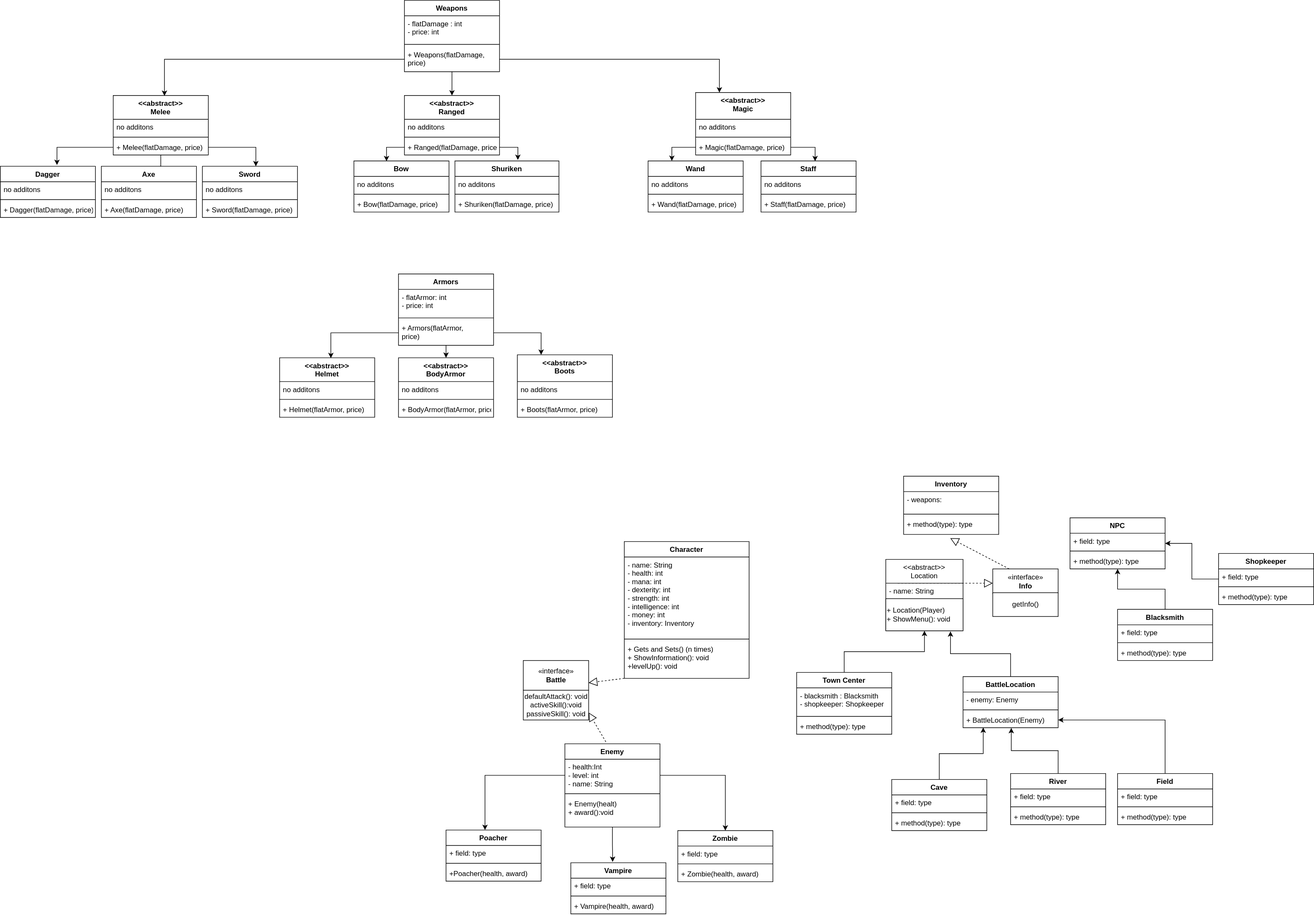
Before: OOPrinciplesAG.drawio.svg, a diagram exported from draw.io (umutaan50/OOPrinciplesProjectAG). Source tidied: cells renumbered, new cells last; positions are measured from the earlier drawing's top-left corner, leaving out a move shared by most shapes.
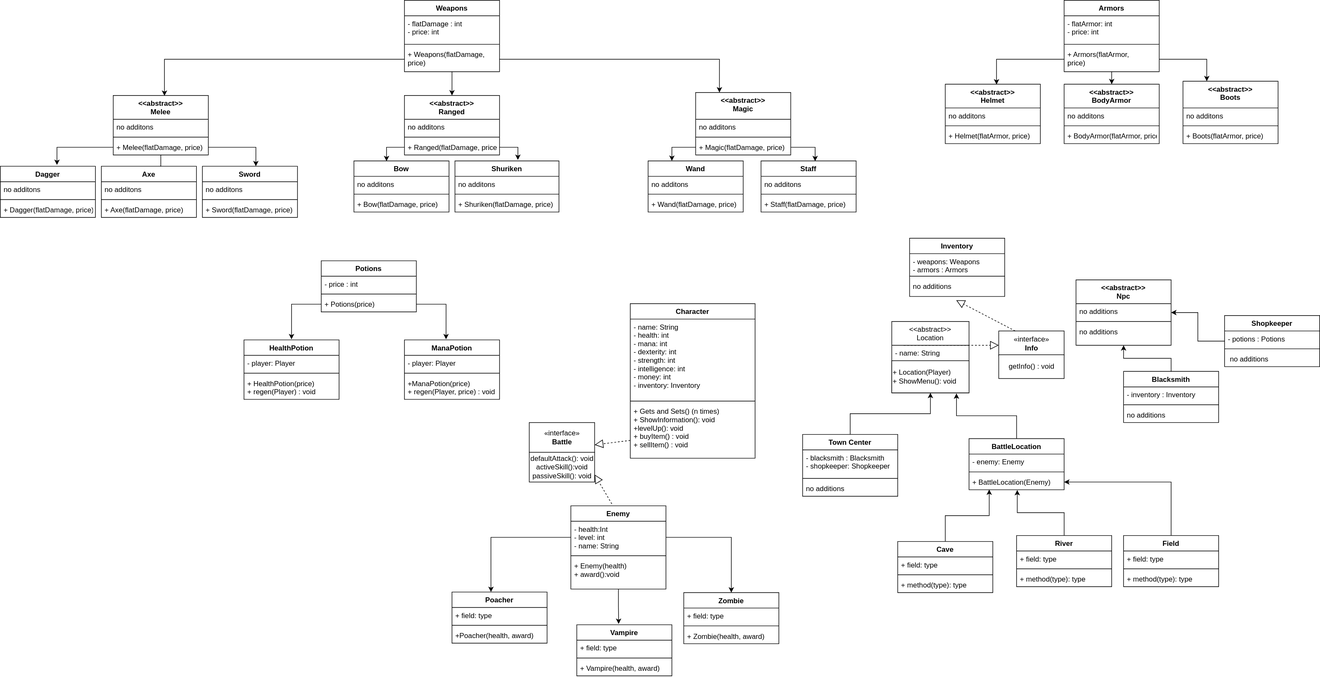
After the change.

Diff of the diagram source:
```diff
@@ -5,3 +5,3 @@
     <mxCell id="2" value="Character" style="swimlane;fontStyle=1;align=center;verticalAlign=top;horizontal=1;startSize=26;" parent="1" vertex="1">
-      <mxGeometry x="1050" y="910" width="210" height="230" as="geometry" />
+      <mxGeometry x="1050" y="910" width="210" height="260" as="geometry" />
     </mxCell>
@@ -13,4 +13,4 @@
     </mxCell>
-    <mxCell id="5" value="+ Gets and Sets() (n times)&#10;+ ShowInformation(): void&#10;+levelUp(): void" style="text;strokeColor=none;fillColor=none;align=left;verticalAlign=top;spacingLeft=4;spacingRight=4;overflow=hidden;" parent="2" vertex="1">
-      <mxGeometry y="168" width="210" height="62" as="geometry" />
+    <mxCell id="5" value="+ Gets and Sets() (n times)&#10;+ ShowInformation(): void&#10;+levelUp(): void&#10;+ buyItem() : void&#10;+ sellItem() : void&#10;" style="text;strokeColor=none;fillColor=none;align=left;verticalAlign=top;spacingLeft=4;spacingRight=4;overflow=hidden;" parent="2" vertex="1">
+      <mxGeometry y="168" width="210" height="92" as="geometry" />
     </mxCell>
@@ -37,16 +37,16 @@
     </mxCell>
-    <mxCell id="13" value="+ method(type): type" style="text;strokeColor=none;fillColor=none;align=left;verticalAlign=top;spacingLeft=4;spacingRight=4;overflow=hidden;" parent="10" vertex="1">
+    <mxCell id="13" value="no additions" style="text;strokeColor=none;fillColor=none;align=left;verticalAlign=top;spacingLeft=4;spacingRight=4;overflow=hidden;" parent="10" vertex="1">
       <mxGeometry y="78" width="160" height="26" as="geometry" />
     </mxCell>
-    <mxCell id="14" value="NPC" style="swimlane;fontStyle=1;align=center;verticalAlign=top;horizontal=1;startSize=26;" parent="1" vertex="1">
-      <mxGeometry x="1800" y="870" width="160" height="86" as="geometry" />
+    <mxCell id="14" value="&lt;&lt;abstract&gt;&gt;&#10;Npc" style="swimlane;fontStyle=1;align=center;verticalAlign=top;horizontal=1;startSize=40;" parent="1" vertex="1">
+      <mxGeometry x="1800" y="870" width="160" height="110" as="geometry" />
     </mxCell>
-    <mxCell id="15" value="+ field: type" style="text;strokeColor=none;fillColor=none;align=left;verticalAlign=top;spacingLeft=4;spacingRight=4;overflow=hidden;" parent="14" vertex="1">
-      <mxGeometry y="26" width="160" height="26" as="geometry" />
+    <mxCell id="15" value="no additions" style="text;strokeColor=none;fillColor=none;align=left;verticalAlign=top;spacingLeft=4;spacingRight=4;overflow=hidden;" parent="14" vertex="1">
+      <mxGeometry y="40" width="160" height="26" as="geometry" />
     </mxCell>
     <mxCell id="16" style="line;strokeWidth=1;fillColor=none;align=left;verticalAlign=middle;spacingTop=-1;spacingLeft=3;spacingRight=3;labelPosition=right;" parent="14" vertex="1">
-      <mxGeometry y="52" width="160" height="8" as="geometry" />
+      <mxGeometry y="66" width="160" height="8" as="geometry" />
     </mxCell>
-    <mxCell id="17" value="+ method(type): type" style="text;strokeColor=none;fillColor=none;align=left;verticalAlign=top;spacingLeft=4;spacingRight=4;overflow=hidden;" parent="14" vertex="1">
-      <mxGeometry y="60" width="160" height="26" as="geometry" />
+    <mxCell id="17" value="no additions" style="text;strokeColor=none;fillColor=none;align=left;verticalAlign=top;spacingLeft=4;spacingRight=4;overflow=hidden;" parent="14" vertex="1">
+      <mxGeometry y="74" width="160" height="36" as="geometry" />
     </mxCell>
@@ -58,3 +58,3 @@
     </mxCell>
-    <mxCell id="20" value="+ field: type" style="text;strokeColor=none;fillColor=none;align=left;verticalAlign=top;spacingLeft=4;spacingRight=4;overflow=hidden;" parent="19" vertex="1">
+    <mxCell id="20" value="- inventory : Inventory" style="text;strokeColor=none;fillColor=none;align=left;verticalAlign=top;spacingLeft=4;spacingRight=4;overflow=hidden;" parent="19" vertex="1">
       <mxGeometry y="26" width="160" height="26" as="geometry" />
@@ -64,3 +64,3 @@
     </mxCell>
-    <mxCell id="22" value="+ method(type): type" style="text;strokeColor=none;fillColor=none;align=left;verticalAlign=top;spacingLeft=4;spacingRight=4;overflow=hidden;" parent="19" vertex="1">
+    <mxCell id="22" value="no additions" style="text;strokeColor=none;fillColor=none;align=left;verticalAlign=top;spacingLeft=4;spacingRight=4;overflow=hidden;" parent="19" vertex="1">
       <mxGeometry y="60" width="160" height="26" as="geometry" />
@@ -73,3 +73,3 @@
     </mxCell>
-    <mxCell id="25" value="+ field: type" style="text;strokeColor=none;fillColor=none;align=left;verticalAlign=top;spacingLeft=4;spacingRight=4;overflow=hidden;" parent="24" vertex="1">
+    <mxCell id="25" value="- potions : Potions" style="text;strokeColor=none;fillColor=none;align=left;verticalAlign=top;spacingLeft=4;spacingRight=4;overflow=hidden;" parent="24" vertex="1">
       <mxGeometry y="26" width="160" height="26" as="geometry" />
@@ -79,3 +79,3 @@
     </mxCell>
-    <mxCell id="27" value="+ method(type): type" style="text;strokeColor=none;fillColor=none;align=left;verticalAlign=top;spacingLeft=4;spacingRight=4;overflow=hidden;" parent="24" vertex="1">
+    <mxCell id="27" value=" no additions" style="text;strokeColor=none;fillColor=none;align=left;verticalAlign=top;spacingLeft=4;spacingRight=4;overflow=hidden;" parent="24" vertex="1">
       <mxGeometry y="60" width="160" height="26" as="geometry" />
@@ -100,3 +100,3 @@
     </mxCell>
-    <mxCell id="34" value="getInfo()" style="html=1;" parent="1" vertex="1">
+    <mxCell id="34" value="getInfo() : void" style="html=1;" parent="1" vertex="1">
       <mxGeometry x="1670" y="996" width="110" height="40" as="geometry" />
@@ -160,3 +160,3 @@
     </mxCell>
-    <mxCell id="54" value="+ Enemy(healt)&#10;+ award():void" style="text;strokeColor=none;fillColor=none;align=left;verticalAlign=top;spacingLeft=4;spacingRight=4;overflow=hidden;" parent="51" vertex="1">
+    <mxCell id="54" value="+ Enemy(health)&#10;+ award():void" style="text;strokeColor=none;fillColor=none;align=left;verticalAlign=top;spacingLeft=4;spacingRight=4;overflow=hidden;" parent="51" vertex="1">
       <mxGeometry y="88" width="160" height="52" as="geometry" />
@@ -232,3 +232,3 @@
     </mxCell>
-    <mxCell id="75" value="- weapons: " style="text;strokeColor=none;fillColor=none;align=left;verticalAlign=top;spacingLeft=4;spacingRight=4;overflow=hidden;" parent="74" vertex="1">
+    <mxCell id="75" value="- weapons: Weapons&#10;- armors : Armors" style="text;strokeColor=none;fillColor=none;align=left;verticalAlign=top;spacingLeft=4;spacingRight=4;overflow=hidden;" parent="74" vertex="1">
       <mxGeometry y="26" width="160" height="34" as="geometry" />
@@ -238,3 +238,3 @@
     </mxCell>
-    <mxCell id="77" value="+ method(type): type" style="text;strokeColor=none;fillColor=none;align=left;verticalAlign=top;spacingLeft=4;spacingRight=4;overflow=hidden;points=[[0,0.5],[1,0.5]];portConstraint=eastwest;" parent="74" vertex="1">
+    <mxCell id="77" value="no additions" style="text;strokeColor=none;fillColor=none;align=left;verticalAlign=top;spacingLeft=4;spacingRight=4;overflow=hidden;points=[[0,0.5],[1,0.5]];portConstraint=eastwest;" parent="74" vertex="1">
       <mxGeometry y="68" width="160" height="30" as="geometry" />
@@ -248,3 +248,3 @@
     <mxCell id="80" value="Weapons" style="swimlane;fontStyle=1;align=center;verticalAlign=top;horizontal=1;startSize=26;" parent="1" vertex="1">
-      <mxGeometry x="680" width="160" height="120" as="geometry" />
+      <mxGeometry x="670" y="400" width="160" height="120" as="geometry" />
     </mxCell>
@@ -264,3 +264,3 @@
       <mxGeometry relative="1" as="geometry">
-        <mxPoint x="430" y="279" as="targetPoint" />
+        <mxPoint x="420" y="679" as="targetPoint" />
       </mxGeometry>
@@ -268,3 +268,3 @@
     <mxCell id="86" value="&lt;&lt;abstract&gt;&gt;&#10;Melee" style="swimlane;fontStyle=1;align=center;verticalAlign=top;horizontal=1;startSize=40;" parent="1" vertex="1">
-      <mxGeometry x="190" y="160" width="160" height="100" as="geometry" />
+      <mxGeometry x="180" y="560" width="160" height="100" as="geometry" />
     </mxCell>
@@ -280,3 +280,3 @@
     <mxCell id="90" value="&lt;&lt;abstract&gt;&gt;&#10;Ranged" style="swimlane;fontStyle=1;align=center;verticalAlign=top;horizontal=1;startSize=40;" parent="1" vertex="1">
-      <mxGeometry x="680" y="160" width="160" height="100" as="geometry" />
+      <mxGeometry x="670" y="560" width="160" height="100" as="geometry" />
     </mxCell>
@@ -292,3 +292,3 @@
     <mxCell id="94" value="&lt;&lt;abstract&gt;&gt;&#10;Magic" style="swimlane;fontStyle=1;align=center;verticalAlign=top;horizontal=1;startSize=45;" parent="1" vertex="1">
-      <mxGeometry x="1170" y="155" width="160" height="105" as="geometry" />
+      <mxGeometry x="1160" y="555" width="160" height="105" as="geometry" />
     </mxCell>
@@ -307,3 +307,3 @@
     <mxCell id="99" value="Dagger" style="swimlane;fontStyle=1;align=center;verticalAlign=top;horizontal=1;startSize=26;" parent="1" vertex="1">
-      <mxGeometry y="279" width="160" height="86" as="geometry" />
+      <mxGeometry x="-10" y="679" width="160" height="86" as="geometry" />
     </mxCell>
@@ -319,3 +319,3 @@
     <mxCell id="103" value="Axe" style="swimlane;fontStyle=1;align=center;verticalAlign=top;horizontal=1;startSize=26;" parent="1" vertex="1">
-      <mxGeometry x="170" y="279" width="160" height="86" as="geometry" />
+      <mxGeometry x="160" y="679" width="160" height="86" as="geometry" />
     </mxCell>
@@ -331,3 +331,3 @@
     <mxCell id="107" value="Bow" style="swimlane;fontStyle=1;align=center;verticalAlign=top;horizontal=1;startSize=26;" parent="1" vertex="1">
-      <mxGeometry x="595" y="270" width="160" height="86" as="geometry" />
+      <mxGeometry x="585" y="670" width="160" height="86" as="geometry" />
     </mxCell>
@@ -346,3 +346,3 @@
     <mxCell id="112" value="Sword" style="swimlane;fontStyle=1;align=center;verticalAlign=top;horizontal=1;startSize=26;" parent="1" vertex="1">
-      <mxGeometry x="340" y="279" width="160" height="86" as="geometry" />
+      <mxGeometry x="330" y="679" width="160" height="86" as="geometry" />
     </mxCell>
@@ -361,3 +361,3 @@
     <mxCell id="117" value="Shuriken" style="swimlane;fontStyle=1;align=center;verticalAlign=top;horizontal=1;startSize=26;" parent="1" vertex="1">
-      <mxGeometry x="765" y="270" width="175" height="86" as="geometry" />
+      <mxGeometry x="755" y="670" width="175" height="86" as="geometry" />
     </mxCell>
@@ -379,3 +379,3 @@
     <mxCell id="123" value="Wand" style="swimlane;fontStyle=1;align=center;verticalAlign=top;horizontal=1;startSize=26;" parent="1" vertex="1">
-      <mxGeometry x="1090" y="270" width="160" height="86" as="geometry" />
+      <mxGeometry x="1080" y="670" width="160" height="86" as="geometry" />
     </mxCell>
@@ -391,3 +391,3 @@
     <mxCell id="127" value="Staff" style="swimlane;fontStyle=1;align=center;verticalAlign=top;horizontal=1;startSize=26;" parent="1" vertex="1">
-      <mxGeometry x="1280" y="270" width="160" height="86" as="geometry" />
+      <mxGeometry x="1270" y="670" width="160" height="86" as="geometry" />
     </mxCell>
@@ -412,3 +412,3 @@
     <mxCell id="134" value="Armors" style="swimlane;fontStyle=1;align=center;verticalAlign=top;horizontal=1;startSize=26;" parent="1" vertex="1">
-      <mxGeometry x="670" y="460" width="160" height="120" as="geometry" />
+      <mxGeometry x="1780" y="400" width="160" height="120" as="geometry" />
     </mxCell>
@@ -424,3 +424,3 @@
     <mxCell id="138" value="&lt;&lt;abstract&gt;&gt;&#10;Helmet" style="swimlane;fontStyle=1;align=center;verticalAlign=top;horizontal=1;startSize=40;" parent="1" vertex="1">
-      <mxGeometry x="470" y="601" width="160" height="100" as="geometry" />
+      <mxGeometry x="1580" y="541" width="160" height="100" as="geometry" />
     </mxCell>
@@ -436,3 +436,3 @@
     <mxCell id="142" value="&lt;&lt;abstract&gt;&gt;&#10;BodyArmor" style="swimlane;fontStyle=1;align=center;verticalAlign=top;horizontal=1;startSize=40;" parent="1" vertex="1">
-      <mxGeometry x="670" y="601" width="160" height="100" as="geometry" />
+      <mxGeometry x="1780" y="541" width="160" height="100" as="geometry" />
     </mxCell>
@@ -448,3 +448,3 @@
     <mxCell id="146" value="&lt;&lt;abstract&gt;&gt;&#10;Boots" style="swimlane;fontStyle=1;align=center;verticalAlign=top;horizontal=1;startSize=45;" parent="1" vertex="1">
-      <mxGeometry x="870" y="596" width="160" height="105" as="geometry" />
+      <mxGeometry x="1980" y="536" width="160" height="105" as="geometry" />
     </mxCell>
@@ -465,2 +465,48 @@
     </mxCell>
+    <mxCell id="152" value="Potions" style="swimlane;fontStyle=1;align=center;verticalAlign=top;horizontal=1;startSize=26;" parent="1" vertex="1">
+      <mxGeometry x="530" y="838" width="160" height="86" as="geometry" />
+    </mxCell>
+    <mxCell id="153" value="- price : int" style="text;strokeColor=none;fillColor=none;align=left;verticalAlign=top;spacingLeft=4;spacingRight=4;overflow=hidden;" parent="152" vertex="1">
+      <mxGeometry y="26" width="160" height="26" as="geometry" />
+    </mxCell>
+    <mxCell id="154" style="line;strokeWidth=1;fillColor=none;align=left;verticalAlign=middle;spacingTop=-1;spacingLeft=3;spacingRight=3;labelPosition=right;" parent="152" vertex="1">
+      <mxGeometry y="52" width="160" height="8" as="geometry" />
+    </mxCell>
+    <mxCell id="155" value="+ Potions(price)" style="text;strokeColor=none;fillColor=none;align=left;verticalAlign=top;spacingLeft=4;spacingRight=4;overflow=hidden;points=[[0,0.5],[1,0.5]];portConstraint=eastwest;" parent="152" vertex="1">
+      <mxGeometry y="60" width="160" height="26" as="geometry" />
+    </mxCell>
+    <mxCell id="156" value="HealthPotion" style="swimlane;fontStyle=1;align=center;verticalAlign=top;horizontal=1;startSize=26;" parent="1" vertex="1">
+      <mxGeometry x="400" y="971" width="160" height="100" as="geometry" />
+    </mxCell>
+    <mxCell id="157" value="- player: Player" style="text;strokeColor=none;fillColor=none;align=left;verticalAlign=top;spacingLeft=4;spacingRight=4;overflow=hidden;" parent="156" vertex="1">
+      <mxGeometry y="26" width="160" height="26" as="geometry" />
+    </mxCell>
+    <mxCell id="158" style="line;strokeWidth=1;fillColor=none;align=left;verticalAlign=middle;spacingTop=-1;spacingLeft=3;spacingRight=3;labelPosition=right;" parent="156" vertex="1">
+      <mxGeometry y="52" width="160" height="8" as="geometry" />
+    </mxCell>
+    <mxCell id="159" value="+ HealthPotion(price)&#10;+ regen(Player) : void" style="text;strokeColor=none;fillColor=none;align=left;verticalAlign=top;spacingLeft=4;spacingRight=4;overflow=hidden;" parent="156" vertex="1">
+      <mxGeometry y="60" width="160" height="40" as="geometry" />
+    </mxCell>
+    <mxCell id="160" style="edgeStyle=orthogonalEdgeStyle;rounded=0;jettySize=auto;html=1;" parent="1" edge="1" source="155">
+      <mxGeometry relative="1" as="geometry">
+        <mxPoint x="480" y="970" as="targetPoint" />
+      </mxGeometry>
+    </mxCell>
+    <mxCell id="161" value="ManaPotion" style="swimlane;fontStyle=1;align=center;verticalAlign=top;horizontal=1;startSize=26;" parent="1" vertex="1">
+      <mxGeometry x="670" y="971" width="160" height="100" as="geometry" />
+    </mxCell>
+    <mxCell id="162" value="- player: Player" style="text;strokeColor=none;fillColor=none;align=left;verticalAlign=top;spacingLeft=4;spacingRight=4;overflow=hidden;" parent="161" vertex="1">
+      <mxGeometry y="26" width="160" height="26" as="geometry" />
+    </mxCell>
+    <mxCell id="163" style="line;strokeWidth=1;fillColor=none;align=left;verticalAlign=middle;spacingTop=-1;spacingLeft=3;spacingRight=3;labelPosition=right;" parent="161" vertex="1">
+      <mxGeometry y="52" width="160" height="8" as="geometry" />
+    </mxCell>
+    <mxCell id="164" value="+ManaPotion(price)&#10;+ regen(Player, price) : void" style="text;strokeColor=none;fillColor=none;align=left;verticalAlign=top;spacingLeft=4;spacingRight=4;overflow=hidden;" parent="161" vertex="1">
+      <mxGeometry y="60" width="160" height="40" as="geometry" />
+    </mxCell>
+    <mxCell id="165" style="edgeStyle=orthogonalEdgeStyle;rounded=0;jettySize=auto;html=1;" parent="1" edge="1" source="155">
+      <mxGeometry relative="1" as="geometry">
+        <mxPoint x="740" y="970" as="targetPoint" />
+      </mxGeometry>
+    </mxCell>
   </root>
```
